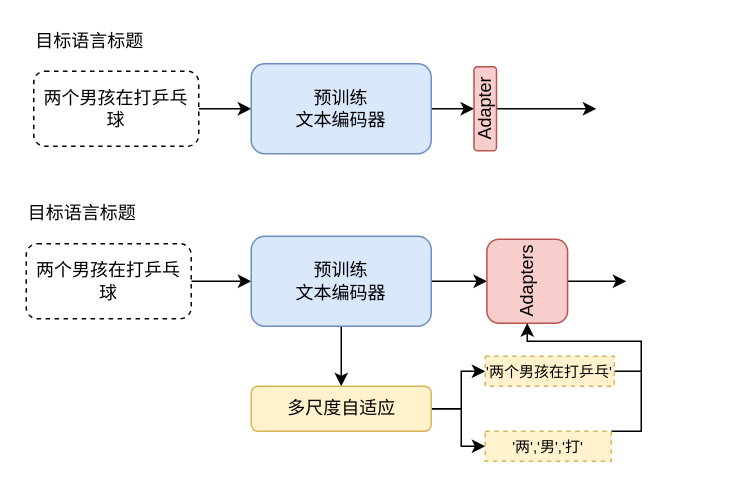
Liang-yonghui/draw keeps this draw.io diagram as draw.io/内存高效微调跨语言跨模态检索图.drawio. Above is the earlier version. Source tidied: cells renumbered, new cells numbered last; positions are measured from the earlier drawing's top-left corner, leaving out a move shared by most shapes. Both pictures are drawn from the tidied source at 150%, with x=0, y=0 at pixel (26, 26). Pictures stored in the file or linked from it are replaced by grey dashed boxes.
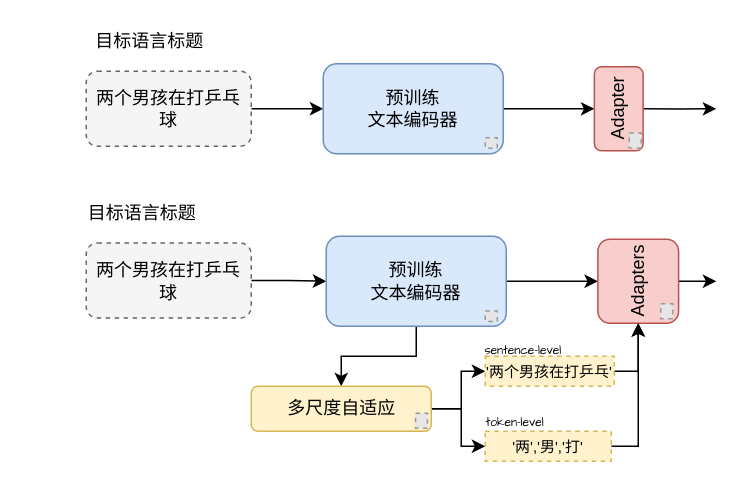
After the change.

Commit message (it also covers changes not shown here):
更新内存高效微调跨语言跨模态检索图.drawio

The change refers to these unchanged cells:
```xml
<mxCell id="24" value="&lt;font style=&quot;font-size: 10px;&quot;&gt;'两','男','打'&lt;/font&gt;" style="text;html=1;align=center;verticalAlign=middle;whiteSpace=wrap;rounded=0;strokeColor=#d6b656;dashed=1;fillColor=#fff2cc;" parent="1" vertex="1">
  <mxGeometry x="306" y="270" width="84" height="20" as="geometry" />
</mxCell>
<mxCell id="26" value="&lt;font style=&quot;font-size: 10px;&quot;&gt;'两个男孩在打乒乓'&lt;/font&gt;" style="text;html=1;align=center;verticalAlign=middle;whiteSpace=wrap;rounded=0;strokeColor=#d6b656;dashed=1;fillColor=#fff2cc;" parent="1" vertex="1">
  <mxGeometry x="306" y="220" width="86" height="20" as="geometry" />
</mxCell>
```

Change to the diagram source:
```diff
@@
-    <mxCell id="3" style="rounded=1;whiteSpace=wrap;html=1;dashed=1;" parent="1" vertex="1">
-      <mxGeometry x="5" y="30" width="110" height="50" as="geometry" />
+    <mxCell id="3" style="rounded=1;whiteSpace=wrap;html=1;dashed=1;fillColor=#f5f5f5;strokeColor=#666666;fontColor=#333333;" parent="1" vertex="1">
+      <mxGeometry x="40" y="30" width="110" height="50" as="geometry" />
     </mxCell>
     <mxCell id="4" value="目标语言标题" style="text;html=1;align=center;verticalAlign=middle;whiteSpace=wrap;rounded=0;" parent="1" vertex="1">
-      <mxGeometry x="5" width="75" height="20" as="geometry" />
+      <mxGeometry x="45" width="75" height="20" as="geometry" />
     </mxCell>
     <mxCell id="5" value="两个男孩在打乒乓球" style="text;html=1;align=center;verticalAlign=middle;whiteSpace=wrap;rounded=0;strokeColor=none;dashed=1;" parent="1" vertex="1">
-      <mxGeometry x="10" y="40" width="100" height="30" as="geometry" />
+      <mxGeometry x="45" y="40" width="100" height="30" as="geometry" />
     </mxCell>
@@
     <mxCell id="7" value="预训练&lt;div&gt;文本编码器&lt;/div&gt;" style="rounded=1;whiteSpace=wrap;html=1;fillColor=#dae8fc;strokeColor=#6c8ebf;" parent="1" vertex="1">
-      <mxGeometry x="150" y="25" width="120" height="60" as="geometry" />
+      <mxGeometry x="198" y="25" width="120" height="60" as="geometry" />
     </mxCell>
     <mxCell id="8" style="edgeStyle=orthogonalEdgeStyle;rounded=0;jettySize=auto;html=1;" parent="1" edge="1" source="9">
       <mxGeometry relative="1" as="geometry">
-        <mxPoint x="380" y="55" as="targetPoint" />
+        <mxPoint x="460" y="55" as="targetPoint" />
       </mxGeometry>
     </mxCell>
     <mxCell id="9" value="Adapter" style="rounded=1;whiteSpace=wrap;html=1;fillColor=#f8cecc;strokeColor=#b85450;rotation=-90;" parent="1" vertex="1">
-      <mxGeometry x="278" y="47.5" width="56" height="15" as="geometry" />
+      <mxGeometry x="367" y="38.8" width="56" height="32.5" as="geometry" />
     </mxCell>
@@
-    <mxCell id="11" style="rounded=1;whiteSpace=wrap;html=1;dashed=1;" parent="1" vertex="1">
-      <mxGeometry y="145" width="110" height="50" as="geometry" />
+    <mxCell id="11" style="rounded=1;whiteSpace=wrap;html=1;dashed=1;fillColor=#f5f5f5;fontColor=#333333;strokeColor=#666666;" parent="1" vertex="1">
+      <mxGeometry x="40" y="144.5" width="110" height="50" as="geometry" />
     </mxCell>
     <mxCell id="12" value="目标语言标题" style="text;html=1;align=center;verticalAlign=middle;whiteSpace=wrap;rounded=0;" parent="1" vertex="1">
-      <mxGeometry y="115" width="75" height="20" as="geometry" />
+      <mxGeometry x="40" y="114.5" width="75" height="20" as="geometry" />
     </mxCell>
     <mxCell id="13" value="两个男孩在打乒乓球" style="text;html=1;align=center;verticalAlign=middle;whiteSpace=wrap;rounded=0;strokeColor=none;dashed=1;" parent="1" vertex="1">
-      <mxGeometry x="5" y="155" width="100" height="30" as="geometry" />
+      <mxGeometry x="45" y="154.5" width="100" height="30" as="geometry" />
     </mxCell>
@@
     <mxCell id="16" value="预训练&lt;div&gt;文本编码器&lt;/div&gt;" style="rounded=1;whiteSpace=wrap;html=1;fillColor=#dae8fc;strokeColor=#6c8ebf;" parent="1" vertex="1">
-      <mxGeometry x="150" y="140" width="120" height="60" as="geometry" />
+      <mxGeometry x="200" y="140" width="120" height="60" as="geometry" />
     </mxCell>
-    <mxCell id="17" style="edgeStyle=orthogonalEdgeStyle;rounded=0;jettySize=auto;html=1;" parent="1" edge="1" source="18">
-      <mxGeometry relative="1" as="geometry">
-        <mxPoint x="400" y="170" as="targetPoint" />
-      </mxGeometry>
-    </mxCell>
+    <mxCell id="27" style="edgeStyle=orthogonalEdgeStyle;rounded=0;jettySize=auto;html=1;" parent="1" edge="1" source="18">
+      <mxGeometry relative="1" as="geometry">
+        <mxPoint x="460" y="170" as="targetPoint" />
+      </mxGeometry>
+    </mxCell>
     <mxCell id="18" value="Adapters" style="rounded=1;whiteSpace=wrap;html=1;fillColor=#f8cecc;strokeColor=#b85450;rotation=-90;" parent="1" vertex="1">
-      <mxGeometry x="306" y="143.1" width="56" height="53.8" as="geometry" />
+      <mxGeometry x="380" y="143.1" width="56" height="53.8" as="geometry" />
     </mxCell>
@@
-    <mxCell id="23" style="edgeStyle=orthogonalEdgeStyle;rounded=0;jettySize=auto;html=1;endArrow=none;startFill=0;" parent="1" edge="1" source="24">
-      <mxGeometry relative="1" as="geometry">
-        <mxPoint x="410" y="230" as="targetPoint" />
-        <Array as="points">
-          <mxPoint x="410" y="270" />
-        </Array>
-      </mxGeometry>
-    </mxCell>
+    <mxCell id="28" style="edgeStyle=orthogonalEdgeStyle;rounded=0;jettySize=auto;html=1;entryX=0;entryY=0.5;entryDx=0;entryDy=0;exitX=1;exitY=0.5;exitDx=0;exitDy=0;" parent="1" edge="1" source="24" target="18">
+      <mxGeometry relative="1" as="geometry">
+        <Array as="points">
+          <mxPoint x="408" y="280" />
+        </Array>
+      </mxGeometry>
+    </mxCell>
@@
     <mxCell id="25" style="edgeStyle=orthogonalEdgeStyle;rounded=0;jettySize=auto;html=1;entryX=0;entryY=0.5;entryDx=0;entryDy=0;exitX=1;exitY=0.5;exitDx=0;exitDy=0;" parent="1" edge="1" source="26" target="18">
-      <mxGeometry relative="1" as="geometry">
-        <Array as="points">
-          <mxPoint x="410" y="230" />
-          <mxPoint x="410" y="210" />
-          <mxPoint x="334" y="210" />
-        </Array>
-      </mxGeometry>
+      <mxGeometry relative="1" as="geometry" />
     </mxCell>
@@
+    <mxCell id="29" value="&lt;font style=&quot;font-size: 8px;&quot; face=&quot;Comic Sans MS&quot;&gt;token-level&lt;/font&gt;" style="text;html=1;align=center;verticalAlign=middle;whiteSpace=wrap;rounded=0;" parent="1" vertex="1">
+      <mxGeometry x="301" y="258" width="50" height="10" as="geometry" />
+    </mxCell>
+    <mxCell id="30" value="&lt;font style=&quot;font-size: 8px;&quot; face=&quot;Comic Sans MS&quot;&gt;sentence&lt;/font&gt;&lt;font style=&quot;font-size: 8px;&quot; face=&quot;Comic Sans MS&quot;&gt;-level&lt;/font&gt;" style="text;html=1;align=center;verticalAlign=middle;whiteSpace=wrap;rounded=0;" parent="1" vertex="1">
+      <mxGeometry x="301.5" y="210" width="59" height="10" as="geometry" />
+    </mxCell>
+    <mxCell id="31" style="fillColor=#E6E6E6;strokeColor=#999999;dashed=1;verticalLabelPosition=bottom;labelBackgroundColor=default;verticalAlign=top;" parent="1" vertex="1">
+      <mxGeometry x="423" y="185" width="8" height="10" as="geometry" />
+    </mxCell>
+    <mxCell id="32" style="fillColor=#E6E6E6;strokeColor=#999999;dashed=1;verticalLabelPosition=bottom;labelBackgroundColor=default;verticalAlign=top;" parent="1" vertex="1">
+      <mxGeometry x="402" y="71.2" width="8" height="10" as="geometry" />
+    </mxCell>
+    <mxCell id="33" style="fillColor=#E6E6E6;strokeColor=#999999;dashed=1;verticalLabelPosition=bottom;labelBackgroundColor=default;verticalAlign=top;" parent="1" vertex="1">
+      <mxGeometry x="259.5" y="258" width="8" height="10" as="geometry" />
+    </mxCell>
+    <mxCell id="34" style="fillColor=#E6E6E6;strokeColor=#999999;dashed=1;verticalLabelPosition=bottom;labelBackgroundColor=default;verticalAlign=top;" parent="1" vertex="1">
+      <mxGeometry x="306" y="74.3" width="8" height="7" as="geometry" />
+    </mxCell>
+    <mxCell id="35" style="fillColor=#E6E6E6;strokeColor=#999999;dashed=1;verticalLabelPosition=bottom;labelBackgroundColor=default;verticalAlign=top;" parent="1" vertex="1">
+      <mxGeometry x="306" y="189.9" width="8" height="7" as="geometry" />
+    </mxCell>
```
